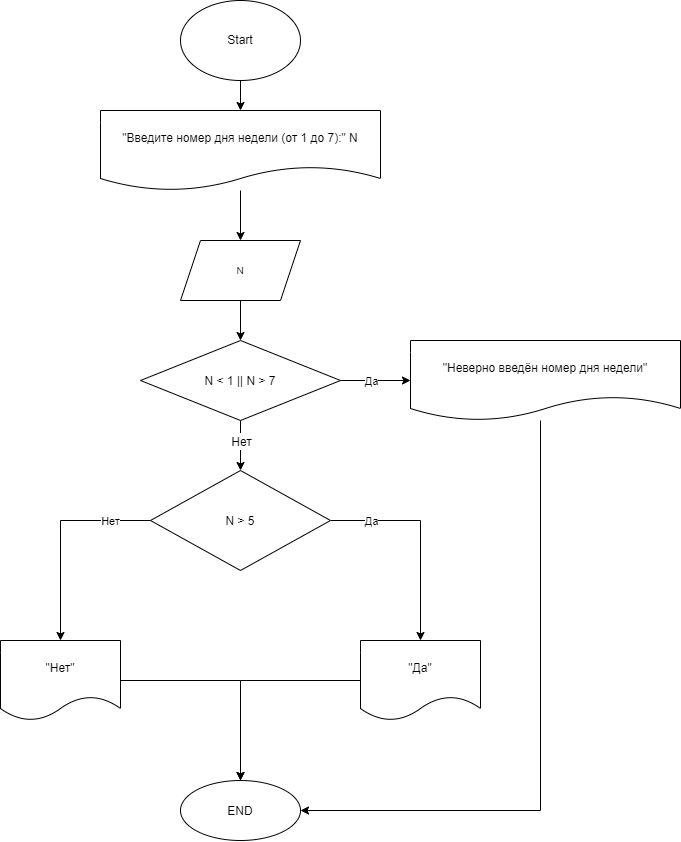
Earlier version of the draw.io export Homework/Homework_02/Ex015/diagram.drawio.png (shenlindao/CSharp). Source tidied: cells renumbered, new cells last; positions are measured from the earlier drawing's top-left corner, leaving out a move shared by most shapes.
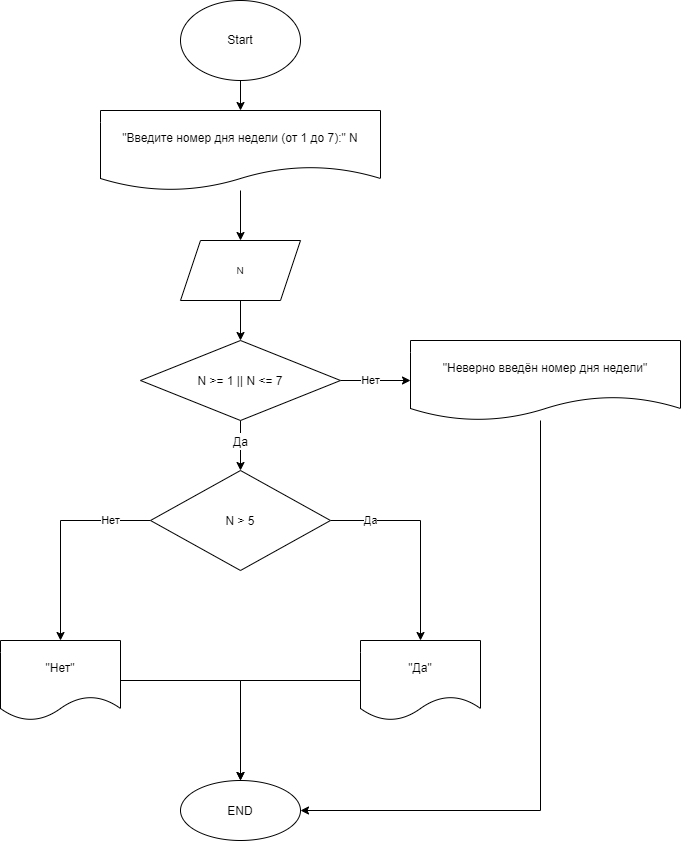
After the commit.

Commit message:
Homework_02_Ex015_diagram_fix2

Change to the diagram source:
```diff
@@ -20,7 +20,7 @@
     <mxCell id="6" style="edgeStyle=none;html=1;" parent="1" edge="1" source="10" target="15">
       <mxGeometry relative="1" as="geometry" />
     </mxCell>
-    <mxCell id="7" value="Да" style="edgeLabel;html=1;align=center;verticalAlign=middle;" parent="6" vertex="1">
+    <mxCell id="7" value="Нет" style="edgeLabel;html=1;align=center;verticalAlign=middle;" parent="6" vertex="1">
       <mxGeometry x="-0.2" relative="1" as="geometry">
         <mxPoint x="2" as="offset" />
       </mxGeometry>
@@ -28,10 +28,10 @@
     <mxCell id="8" style="edgeStyle=none;html=1;fontSize=14;" parent="1" edge="1" source="10" target="20">
       <mxGeometry relative="1" as="geometry" />
     </mxCell>
-    <mxCell id="9" value="&lt;font style=&quot;font-size: 12px;&quot;&gt;Нет&lt;/font&gt;" style="edgeLabel;html=1;align=center;verticalAlign=middle;fontSize=14;" parent="8" vertex="1">
+    <mxCell id="9" value="&lt;span style=&quot;font-size: 12px;&quot;&gt;Да&lt;/span&gt;" style="edgeLabel;html=1;align=center;verticalAlign=middle;fontSize=14;" parent="8" vertex="1">
       <mxGeometry x="-0.19" relative="1" as="geometry" />
     </mxCell>
-    <mxCell id="10" value="&lt;font style=&quot;font-size: 12px;&quot;&gt;N &amp;lt; 1 || N &amp;gt; 7&lt;/font&gt;" style="rhombus;whiteSpace=wrap;html=1;fontSize=14;" parent="1" vertex="1">
+    <mxCell id="10" value="&lt;font style=&quot;font-size: 12px;&quot;&gt;N &amp;gt;= 1 || N &amp;lt;= 7&lt;/font&gt;" style="rhombus;whiteSpace=wrap;html=1;fontSize=14;" parent="1" vertex="1">
       <mxGeometry x="140" y="340" width="200" height="80" as="geometry" />
     </mxCell>
     <mxCell id="11" style="edgeStyle=none;html=1;" parent="1" edge="1" source="12" target="13">
```
